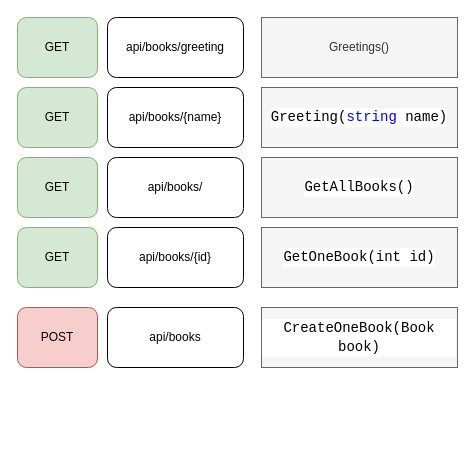
zcomert/sgk-mvc-egitim keeps this draw.io diagram as page "Sayfa -4" (4 of 4) of drawings.drawio. Above is the earlier version. Source tidied: cells renumbered, new cells numbered last; positions are measured from the earlier drawing's top-left corner, leaving out a move shared by most shapes. Both pictures are drawn from the tidied source at 100%, with x=0, y=0 at pixel (17, 17).
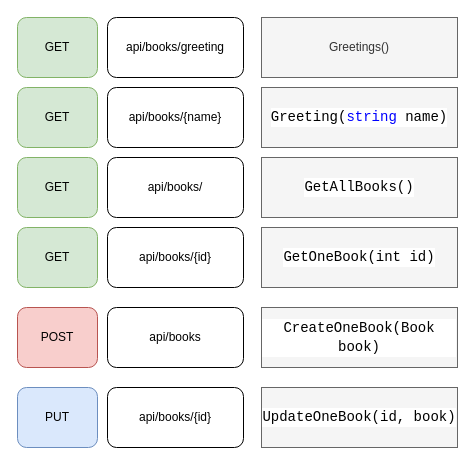
The same page after the edit.

The edit, as a diff of the source:
```diff
@@
 <mxGraphModel>
   <root>
     <mxCell id="0" />
     <mxCell id="1" parent="0" />
     <mxCell id="2" value="api/books/greeting" style="rounded=1;whiteSpace=wrap;html=1;" parent="1" vertex="1">
       <mxGeometry x="90" width="136" height="60" as="geometry" />
     </mxCell>
     <mxCell id="3" value="GET" style="rounded=1;whiteSpace=wrap;html=1;fillColor=#d5e8d4;strokeColor=#82b366;" parent="1" vertex="1">
       <mxGeometry width="80" height="60" as="geometry" />
     </mxCell>
     <mxCell id="4" value="Greetings()" style="text;html=1;strokeColor=#666666;fillColor=#f5f5f5;align=center;verticalAlign=middle;whiteSpace=wrap;rounded=0;fontColor=#333333;" parent="1" vertex="1">
       <mxGeometry x="244" width="196" height="60" as="geometry" />
     </mxCell>
     <mxCell id="5" value="GET" style="rounded=1;whiteSpace=wrap;html=1;fillColor=#d5e8d4;strokeColor=#82b366;" parent="1" vertex="1">
       <mxGeometry y="70" width="80" height="60" as="geometry" />
     </mxCell>
     <mxCell id="6" value="api/books/{name}" style="rounded=1;whiteSpace=wrap;html=1;" parent="1" vertex="1">
       <mxGeometry x="90" y="70" width="136" height="60" as="geometry" />
     </mxCell>
     <mxCell id="7" value="&lt;div style=&quot;color: rgb(0 , 0 , 0) ; background-color: rgb(255 , 255 , 255) ; font-family: &amp;#34;consolas&amp;#34; , &amp;#34;courier new&amp;#34; , monospace ; font-size: 14px ; line-height: 19px&quot;&gt;Greeting(&lt;span style=&quot;color: #0000ff&quot;&gt;string&lt;/span&gt; name)&lt;/div&gt;" style="text;html=1;strokeColor=#666666;fillColor=#f5f5f5;align=center;verticalAlign=middle;whiteSpace=wrap;rounded=0;fontColor=#333333;" parent="1" vertex="1">
       <mxGeometry x="244" y="70" width="196" height="60" as="geometry" />
     </mxCell>
     <mxCell id="8" value="GET" style="rounded=1;whiteSpace=wrap;html=1;fillColor=#d5e8d4;strokeColor=#82b366;" parent="1" vertex="1">
       <mxGeometry y="140" width="80" height="60" as="geometry" />
     </mxCell>
     <mxCell id="9" value="api/books/" style="rounded=1;whiteSpace=wrap;html=1;" parent="1" vertex="1">
       <mxGeometry x="90" y="140" width="136" height="60" as="geometry" />
     </mxCell>
     <mxCell id="10" value="&lt;div style=&quot;color: rgb(0 , 0 , 0) ; background-color: rgb(255 , 255 , 255) ; font-family: &amp;#34;consolas&amp;#34; , &amp;#34;courier new&amp;#34; , monospace ; font-size: 14px ; line-height: 19px&quot;&gt;GetAllBooks()&lt;/div&gt;" style="text;html=1;strokeColor=#666666;fillColor=#f5f5f5;align=center;verticalAlign=middle;whiteSpace=wrap;rounded=0;fontColor=#333333;" parent="1" vertex="1">
       <mxGeometry x="244" y="140" width="196" height="60" as="geometry" />
     </mxCell>
     <mxCell id="11" value="GET" style="rounded=1;whiteSpace=wrap;html=1;fillColor=#d5e8d4;strokeColor=#82b366;" parent="1" vertex="1">
       <mxGeometry y="210" width="80" height="60" as="geometry" />
     </mxCell>
     <mxCell id="12" value="&lt;div style=&quot;color: rgb(0 , 0 , 0) ; background-color: rgb(255 , 255 , 255) ; font-family: &amp;#34;consolas&amp;#34; , &amp;#34;courier new&amp;#34; , monospace ; font-size: 14px ; line-height: 19px&quot;&gt;GetOneBook(int id)&lt;/div&gt;" style="text;html=1;strokeColor=#666666;fillColor=#f5f5f5;align=center;verticalAlign=middle;whiteSpace=wrap;rounded=0;fontColor=#333333;" parent="1" vertex="1">
       <mxGeometry x="244" y="210" width="196" height="60" as="geometry" />
     </mxCell>
     <mxCell id="13" value="api/books/{id}" style="rounded=1;whiteSpace=wrap;html=1;" parent="1" vertex="1">
       <mxGeometry x="90" y="210" width="136" height="60" as="geometry" />
     </mxCell>
     <mxCell id="14" value="POST" style="rounded=1;whiteSpace=wrap;html=1;fillColor=#f8cecc;strokeColor=#b85450;" parent="1" vertex="1">
       <mxGeometry y="290" width="80" height="60" as="geometry" />
     </mxCell>
     <mxCell id="15" value="api/books" style="rounded=1;whiteSpace=wrap;html=1;" parent="1" vertex="1">
       <mxGeometry x="90" y="290" width="136" height="60" as="geometry" />
     </mxCell>
     <mxCell id="16" value="&lt;div style=&quot;color: rgb(0 , 0 , 0) ; background-color: rgb(255 , 255 , 255) ; font-family: &amp;#34;consolas&amp;#34; , &amp;#34;courier new&amp;#34; , monospace ; font-size: 14px ; line-height: 19px&quot;&gt;CreateOneBook(Book book)&lt;/div&gt;" style="text;html=1;strokeColor=#666666;fillColor=#f5f5f5;align=center;verticalAlign=middle;whiteSpace=wrap;rounded=0;fontColor=#333333;" parent="1" vertex="1">
       <mxGeometry x="244" y="290" width="196" height="60" as="geometry" />
     </mxCell>
+    <mxCell id="17" value="PUT" style="rounded=1;whiteSpace=wrap;html=1;fillColor=#dae8fc;strokeColor=#6c8ebf;" parent="1" vertex="1">
+      <mxGeometry y="370" width="80" height="60" as="geometry" />
+    </mxCell>
+    <mxCell id="18" value="api/books/{id}" style="rounded=1;whiteSpace=wrap;html=1;" parent="1" vertex="1">
+      <mxGeometry x="90" y="370" width="136" height="60" as="geometry" />
+    </mxCell>
+    <mxCell id="19" value="&lt;div style=&quot;color: rgb(0 , 0 , 0) ; background-color: rgb(255 , 255 , 255) ; font-family: &amp;#34;consolas&amp;#34; , &amp;#34;courier new&amp;#34; , monospace ; font-size: 14px ; line-height: 19px&quot;&gt;UpdateOneBook(id, book)&lt;/div&gt;" style="text;html=1;strokeColor=#666666;fillColor=#f5f5f5;align=center;verticalAlign=middle;whiteSpace=wrap;rounded=0;fontColor=#333333;" parent="1" vertex="1">
+      <mxGeometry x="244" y="370" width="196" height="60" as="geometry" />
+    </mxCell>
   </root>
 </mxGraphModel>
```
